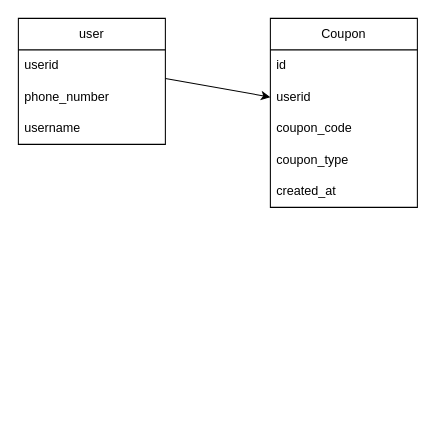
Earlier version of the draw.io diagram backend/erd.drawio (Heruing/coupon). Source tidied: cells renumbered, new cells numbered last; positions are measured from the earlier drawing's top-left corner, leaving out a move shared by most shapes. Both pictures are drawn from the tidied source at 105%, with x=0, y=0 at pixel (18, 18).
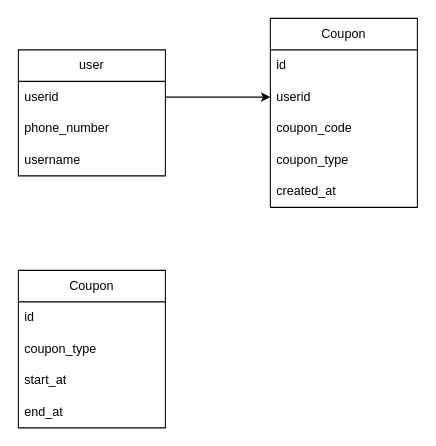
Above is the later version.

Diff of the diagram source:
```diff
@@
 <mxGraphModel>
   <root>
     <mxCell id="0" />
     <mxCell id="1" parent="0" />
     <mxCell id="2" value="user" style="swimlane;fontStyle=0;horizontal=1;startSize=30;whiteSpace=wrap;html=1;" parent="1" vertex="1">
-      <mxGeometry width="140" height="120" as="geometry" />
+      <mxGeometry y="30" width="140" height="120" as="geometry" />
     </mxCell>
     <mxCell id="3" value="userid" style="text;strokeColor=none;fillColor=none;align=left;verticalAlign=middle;spacingLeft=4;spacingRight=4;overflow=hidden;points=[[0,0.5],[1,0.5]];portConstraint=eastwest;whiteSpace=wrap;html=1;" parent="2" vertex="1">
       <mxGeometry y="30" width="140" height="30" as="geometry" />
     </mxCell>
     <mxCell id="4" value="phone_number" style="text;strokeColor=none;fillColor=none;align=left;verticalAlign=middle;spacingLeft=4;spacingRight=4;overflow=hidden;whiteSpace=wrap;html=1;" parent="2" vertex="1">
       <mxGeometry y="60" width="140" height="30" as="geometry" />
     </mxCell>
     <mxCell id="5" value="username" style="text;strokeColor=none;fillColor=none;align=left;verticalAlign=middle;spacingLeft=4;spacingRight=4;overflow=hidden;whiteSpace=wrap;html=1;" parent="2" vertex="1">
       <mxGeometry y="90" width="140" height="30" as="geometry" />
     </mxCell>
     <mxCell id="6" value="Coupon" style="swimlane;fontStyle=0;horizontal=1;startSize=30;whiteSpace=wrap;html=1;" parent="1" vertex="1">
       <mxGeometry x="240" width="140" height="180" as="geometry" />
     </mxCell>
     <mxCell id="7" value="id" style="text;strokeColor=none;fillColor=none;align=left;verticalAlign=middle;spacingLeft=4;spacingRight=4;overflow=hidden;whiteSpace=wrap;html=1;" parent="6" vertex="1">
       <mxGeometry y="30" width="140" height="30" as="geometry" />
     </mxCell>
     <mxCell id="8" value="userid" style="text;strokeColor=none;fillColor=none;align=left;verticalAlign=middle;spacingLeft=4;spacingRight=4;overflow=hidden;points=[[0,0.5],[1,0.5]];portConstraint=eastwest;whiteSpace=wrap;html=1;" parent="6" vertex="1">
       <mxGeometry y="60" width="140" height="30" as="geometry" />
     </mxCell>
     <mxCell id="9" value="coupon_code" style="text;strokeColor=none;fillColor=none;align=left;verticalAlign=middle;spacingLeft=4;spacingRight=4;overflow=hidden;whiteSpace=wrap;html=1;" parent="6" vertex="1">
       <mxGeometry y="90" width="140" height="30" as="geometry" />
     </mxCell>
     <mxCell id="10" value="coupon_type" style="text;strokeColor=none;fillColor=none;align=left;verticalAlign=middle;spacingLeft=4;spacingRight=4;overflow=hidden;whiteSpace=wrap;html=1;" parent="6" vertex="1">
       <mxGeometry y="120" width="140" height="30" as="geometry" />
     </mxCell>
     <mxCell id="11" value="created_at" style="text;strokeColor=none;fillColor=none;align=left;verticalAlign=middle;spacingLeft=4;spacingRight=4;overflow=hidden;whiteSpace=wrap;html=1;" parent="6" vertex="1">
       <mxGeometry y="150" width="140" height="30" as="geometry" />
     </mxCell>
     <mxCell id="12" style="edgeStyle=none;html=1;entryX=0;entryY=0.5;entryDx=0;entryDy=0;" parent="1" edge="1" source="3" target="8">
       <mxGeometry relative="1" as="geometry" />
     </mxCell>
+    <mxCell id="13" value="Coupon" style="swimlane;fontStyle=0;horizontal=1;startSize=30;whiteSpace=wrap;html=1;" parent="1" vertex="1">
+      <mxGeometry y="240" width="140" height="150" as="geometry" />
+    </mxCell>
+    <mxCell id="14" value="id" style="text;strokeColor=none;fillColor=none;align=left;verticalAlign=middle;spacingLeft=4;spacingRight=4;overflow=hidden;whiteSpace=wrap;html=1;" parent="13" vertex="1">
+      <mxGeometry y="30" width="140" height="30" as="geometry" />
+    </mxCell>
+    <mxCell id="15" value="coupon_type" style="text;strokeColor=none;fillColor=none;align=left;verticalAlign=middle;spacingLeft=4;spacingRight=4;overflow=hidden;whiteSpace=wrap;html=1;" parent="13" vertex="1">
+      <mxGeometry y="60" width="140" height="30" as="geometry" />
+    </mxCell>
+    <mxCell id="16" value="start_at" style="text;strokeColor=none;fillColor=none;align=left;verticalAlign=middle;spacingLeft=4;spacingRight=4;overflow=hidden;whiteSpace=wrap;html=1;" parent="13" vertex="1">
+      <mxGeometry y="90" width="140" height="30" as="geometry" />
+    </mxCell>
+    <mxCell id="17" value="end_at" style="text;strokeColor=none;fillColor=none;align=left;verticalAlign=middle;spacingLeft=4;spacingRight=4;overflow=hidden;whiteSpace=wrap;html=1;" parent="13" vertex="1">
+      <mxGeometry y="120" width="140" height="30" as="geometry" />
+    </mxCell>
   </root>
 </mxGraphModel>
```
